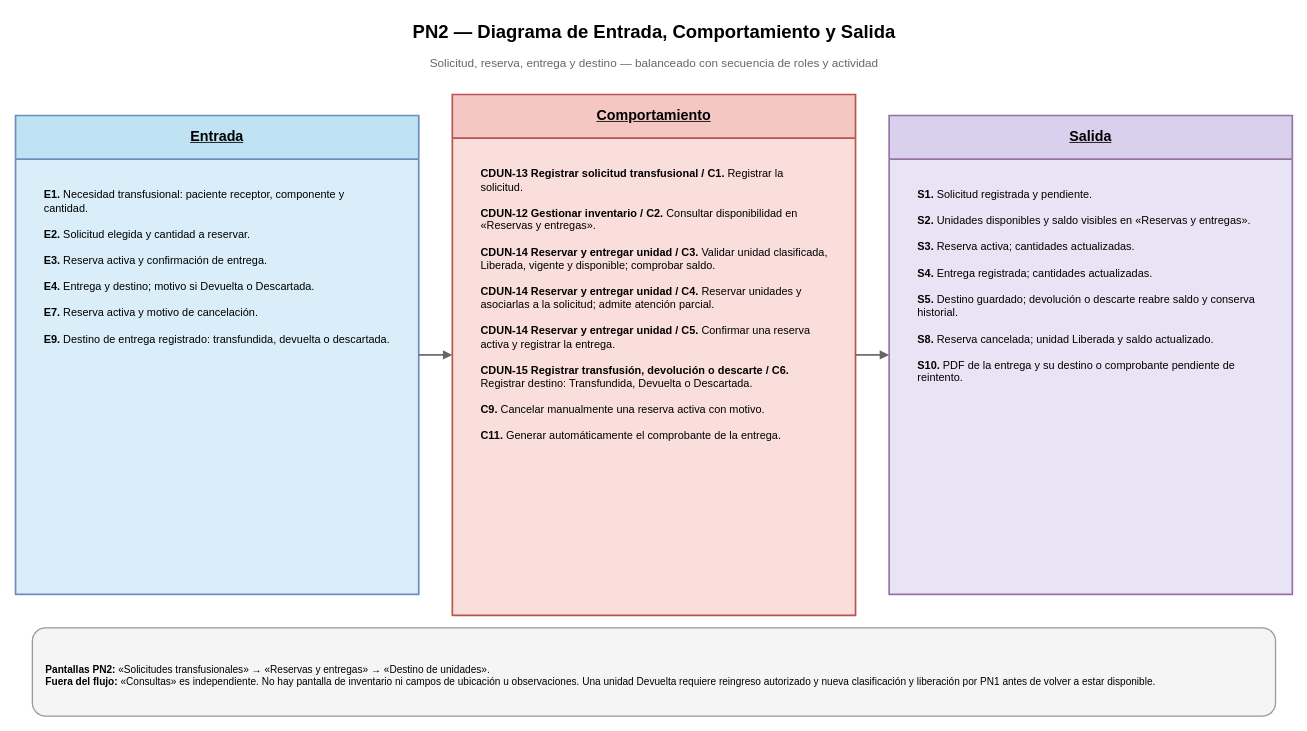
juanNH/Ingenieria-de-Software keeps this draw.io diagram as Diagramas/Secuencia de Roles/PN2_DiagramaEntradaComportamientoSalida.drawio. Above is the earlier version. Source tidied: cells renumbered, new cells numbered last; positions are measured from the earlier drawing's top-left corner, leaving out a move shared by most shapes. Both pictures are drawn from the tidied source at 84%, with x=0, y=0 at pixel (15, 14).
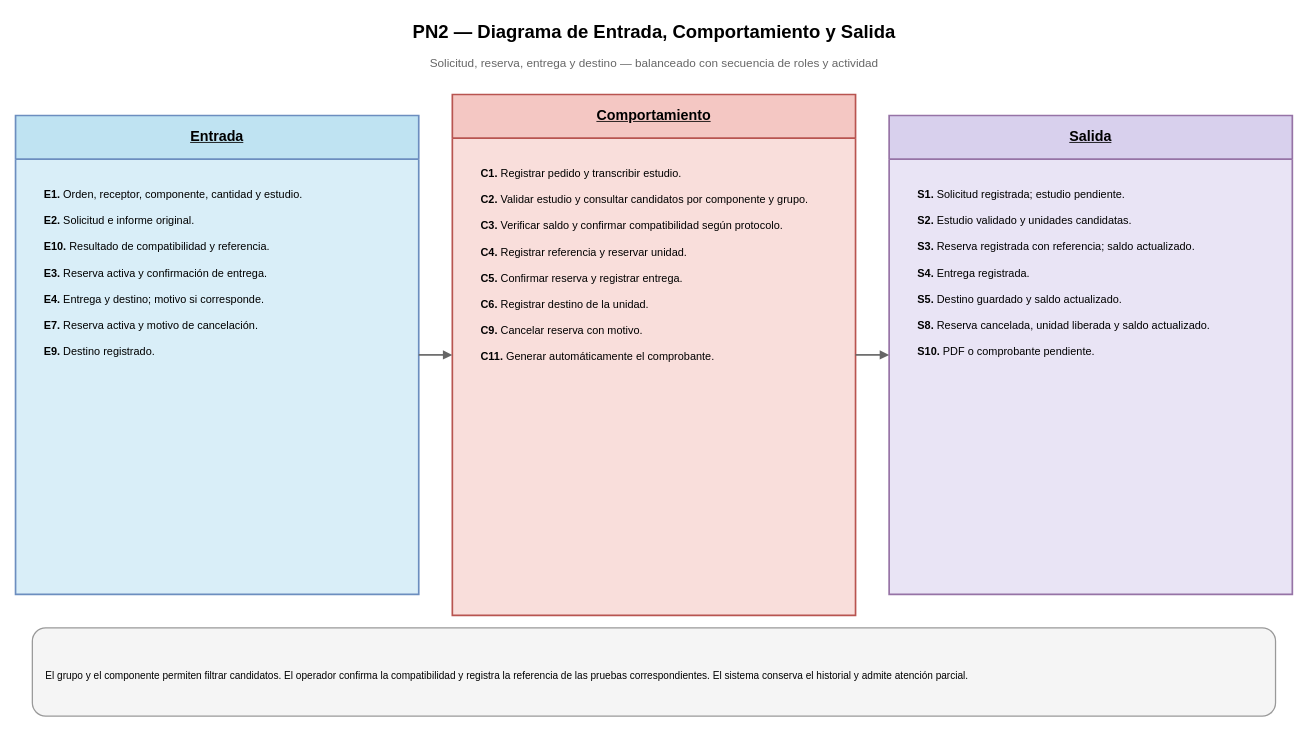
Above is the later version.

What changed in the source:
```diff
@@
 <mxGraphModel>
   <root>
     <mxCell id="0" />
     <mxCell id="1" parent="0" />
     <mxCell id="2" value="PN2 — Diagrama de Entrada, Comportamiento y Salida" style="text;html=1;strokeColor=none;fillColor=none;fontStyle=1;fontSize=22;align=center;verticalAlign=middle;fontFamily=Arial;" parent="1" vertex="1">
       <mxGeometry x="190" width="1140" height="42" as="geometry" />
     </mxCell>
     <mxCell id="3" value="Solicitud, reserva, entrega y destino — balanceado con secuencia de roles y actividad" style="text;html=1;strokeColor=none;fillColor=none;fontSize=14;align=center;verticalAlign=middle;fontColor=#666666;fontFamily=Arial;" parent="1" vertex="1">
       <mxGeometry x="130" y="44" width="1260" height="28" as="geometry" />
     </mxCell>
     <mxCell id="4" value="&lt;b&gt;&lt;u&gt;Entrada&lt;/u&gt;&lt;/b&gt;" style="swimlane;horizontal=1;startSize=52;whiteSpace=wrap;html=1;rounded=0;fillColor=#bfe3f2;swimlaneFillColor=#d9eef8;strokeColor=#6c8ebf;strokeWidth=2;fontSize=17;fontFamily=Arial;align=center;verticalAlign=middle;" parent="1" vertex="1">
       <mxGeometry y="120" width="480" height="570" as="geometry" />
     </mxCell>
     <mxCell id="5" value="&lt;b&gt;&lt;u&gt;Comportamiento&lt;/u&gt;&lt;/b&gt;" style="swimlane;horizontal=1;startSize=52;whiteSpace=wrap;html=1;rounded=0;fillColor=#f4c7c3;swimlaneFillColor=#f9dedb;strokeColor=#b85450;strokeWidth=2;fontSize=17;fontFamily=Arial;align=center;verticalAlign=middle;" parent="1" vertex="1">
       <mxGeometry x="520" y="95" width="480" height="620" as="geometry" />
     </mxCell>
     <mxCell id="6" value="&lt;b&gt;&lt;u&gt;Salida&lt;/u&gt;&lt;/b&gt;" style="swimlane;horizontal=1;startSize=52;whiteSpace=wrap;html=1;rounded=0;fillColor=#d8d0ed;swimlaneFillColor=#e9e4f5;strokeColor=#9673a6;strokeWidth=2;fontSize=17;fontFamily=Arial;align=center;verticalAlign=middle;" parent="1" vertex="1">
       <mxGeometry x="1040" y="120" width="480" height="570" as="geometry" />
     </mxCell>
-    <mxCell id="7" value="&lt;b&gt;E1.&lt;/b&gt; Necesidad transfusional: paciente receptor, componente y cantidad.&lt;br&gt;&lt;br&gt;&lt;b&gt;E2.&lt;/b&gt; Solicitud elegida y cantidad a reservar.&lt;br&gt;&lt;br&gt;&lt;b&gt;E3.&lt;/b&gt; Reserva activa y confirmación de entrega.&lt;br&gt;&lt;br&gt;&lt;b&gt;E4.&lt;/b&gt; Entrega y destino; motivo si Devuelta o Descartada.&lt;br&gt;&lt;br&gt;&lt;b&gt;E7.&lt;/b&gt; Reserva activa y motivo de cancelación.&lt;br&gt;&lt;br&gt;&lt;b&gt;E9.&lt;/b&gt; Destino de entrega registrado: transfundida, devuelta o descartada." style="text;html=1;strokeColor=none;fillColor=none;whiteSpace=wrap;fontSize=13;fontFamily=Arial;align=left;verticalAlign=top;spacingLeft=12;spacingRight=12;spacingTop=10;" parent="1" vertex="1">
+    <mxCell id="7" value="&lt;b&gt;E1.&lt;/b&gt; Orden, receptor, componente, cantidad y estudio.&lt;br&gt;&lt;br&gt;&lt;b&gt;E2.&lt;/b&gt; Solicitud e informe original.&lt;br&gt;&lt;br&gt;&lt;b&gt;E10.&lt;/b&gt; Resultado de compatibilidad y referencia.&lt;br&gt;&lt;br&gt;&lt;b&gt;E3.&lt;/b&gt; Reserva activa y confirmación de entrega.&lt;br&gt;&lt;br&gt;&lt;b&gt;E4.&lt;/b&gt; Entrega y destino; motivo si corresponde.&lt;br&gt;&lt;br&gt;&lt;b&gt;E7.&lt;/b&gt; Reserva activa y motivo de cancelación.&lt;br&gt;&lt;br&gt;&lt;b&gt;E9.&lt;/b&gt; Destino registrado." style="text;html=1;strokeColor=none;fillColor=none;whiteSpace=wrap;fontSize=13;fontFamily=Arial;align=left;verticalAlign=top;spacingLeft=12;spacingRight=12;spacingTop=10;" parent="1" vertex="1">
       <mxGeometry x="20" y="190" width="440" height="510" as="geometry" />
     </mxCell>
-    <mxCell id="8" value="&lt;b&gt;CDUN-13 Registrar solicitud transfusional / C1.&lt;/b&gt; Registrar la solicitud.&lt;br&gt;&lt;br&gt;&lt;b&gt;CDUN-12 Gestionar inventario / C2.&lt;/b&gt; Consultar disponibilidad en «Reservas y entregas».&lt;br&gt;&lt;br&gt;&lt;b&gt;CDUN-14 Reservar y entregar unidad / C3.&lt;/b&gt; Validar unidad clasificada, Liberada, vigente y disponible; comprobar saldo.&lt;br&gt;&lt;br&gt;&lt;b&gt;CDUN-14 Reservar y entregar unidad / C4.&lt;/b&gt; Reservar unidades y asociarlas a la solicitud; admite atención parcial.&lt;br&gt;&lt;br&gt;&lt;b&gt;CDUN-14 Reservar y entregar unidad / C5.&lt;/b&gt; Confirmar una reserva activa y registrar la entrega.&lt;br&gt;&lt;br&gt;&lt;b&gt;CDUN-15 Registrar transfusión, devolución o descarte / C6.&lt;/b&gt; Registrar destino: Transfundida, Devuelta o Descartada.&lt;br&gt;&lt;br&gt;&lt;b&gt;C9.&lt;/b&gt; Cancelar manualmente una reserva activa con motivo.&lt;br&gt;&lt;br&gt;&lt;b&gt;C11.&lt;/b&gt; Generar automáticamente el comprobante de la entrega." style="text;html=1;strokeColor=none;fillColor=none;whiteSpace=wrap;fontSize=13;fontFamily=Arial;align=left;verticalAlign=top;spacingLeft=12;spacingRight=12;spacingTop=10;" parent="1" vertex="1">
+    <mxCell id="8" value="&lt;b&gt;C1.&lt;/b&gt; Registrar pedido y transcribir estudio.&lt;br&gt;&lt;br&gt;&lt;b&gt;C2.&lt;/b&gt; Validar estudio y consultar candidatos por componente y grupo.&lt;br&gt;&lt;br&gt;&lt;b&gt;C3.&lt;/b&gt; Verificar saldo y confirmar compatibilidad según protocolo.&lt;br&gt;&lt;br&gt;&lt;b&gt;C4.&lt;/b&gt; Registrar referencia y reservar unidad.&lt;br&gt;&lt;br&gt;&lt;b&gt;C5.&lt;/b&gt; Confirmar reserva y registrar entrega.&lt;br&gt;&lt;br&gt;&lt;b&gt;C6.&lt;/b&gt; Registrar destino de la unidad.&lt;br&gt;&lt;br&gt;&lt;b&gt;C9.&lt;/b&gt; Cancelar reserva con motivo.&lt;br&gt;&lt;br&gt;&lt;b&gt;C11.&lt;/b&gt; Generar automáticamente el comprobante." style="text;html=1;strokeColor=none;fillColor=none;whiteSpace=wrap;fontSize=13;fontFamily=Arial;align=left;verticalAlign=top;spacingLeft=12;spacingRight=12;spacingTop=10;" parent="1" vertex="1">
       <mxGeometry x="540" y="165" width="440" height="540" as="geometry" />
     </mxCell>
-    <mxCell id="9" value="&lt;b&gt;S1.&lt;/b&gt; Solicitud registrada y pendiente.&lt;br&gt;&lt;br&gt;&lt;b&gt;S2.&lt;/b&gt; Unidades disponibles y saldo visibles en «Reservas y entregas».&lt;br&gt;&lt;br&gt;&lt;b&gt;S3.&lt;/b&gt; Reserva activa; cantidades actualizadas.&lt;br&gt;&lt;br&gt;&lt;b&gt;S4.&lt;/b&gt; Entrega registrada; cantidades actualizadas.&lt;br&gt;&lt;br&gt;&lt;b&gt;S5.&lt;/b&gt; Destino guardado; devolución o descarte reabre saldo y conserva historial.&lt;br&gt;&lt;br&gt;&lt;b&gt;S8.&lt;/b&gt; Reserva cancelada; unidad Liberada y saldo actualizado.&lt;br&gt;&lt;br&gt;&lt;b&gt;S10.&lt;/b&gt; PDF de la entrega y su destino o comprobante pendiente de reintento." style="text;html=1;strokeColor=none;fillColor=none;whiteSpace=wrap;fontSize=13;fontFamily=Arial;align=left;verticalAlign=top;spacingLeft=12;spacingRight=12;spacingTop=10;" parent="1" vertex="1">
+    <mxCell id="9" value="&lt;b&gt;S1.&lt;/b&gt; Solicitud registrada; estudio pendiente.&lt;br&gt;&lt;br&gt;&lt;b&gt;S2.&lt;/b&gt; Estudio validado y unidades candidatas.&lt;br&gt;&lt;br&gt;&lt;b&gt;S3.&lt;/b&gt; Reserva registrada con referencia; saldo actualizado.&lt;br&gt;&lt;br&gt;&lt;b&gt;S4.&lt;/b&gt; Entrega registrada.&lt;br&gt;&lt;br&gt;&lt;b&gt;S5.&lt;/b&gt; Destino guardado y saldo actualizado.&lt;br&gt;&lt;br&gt;&lt;b&gt;S8.&lt;/b&gt; Reserva cancelada, unidad liberada y saldo actualizado.&lt;br&gt;&lt;br&gt;&lt;b&gt;S10.&lt;/b&gt; PDF o comprobante pendiente." style="text;html=1;strokeColor=none;fillColor=none;whiteSpace=wrap;fontSize=13;fontFamily=Arial;align=left;verticalAlign=top;spacingLeft=12;spacingRight=12;spacingTop=10;" parent="1" vertex="1">
       <mxGeometry x="1060" y="190" width="440" height="510" as="geometry" />
     </mxCell>
     <mxCell id="10" style="edgeStyle=orthogonalEdgeStyle;rounded=0;html=1;endArrow=block;endFill=1;strokeColor=#666666;strokeWidth=2;" parent="1" edge="1">
       <mxGeometry relative="1" as="geometry">
         <mxPoint x="480" y="405" as="sourcePoint" />
         <mxPoint x="520" y="405" as="targetPoint" />
       </mxGeometry>
     </mxCell>
     <mxCell id="11" style="edgeStyle=orthogonalEdgeStyle;rounded=0;html=1;endArrow=block;endFill=1;strokeColor=#666666;strokeWidth=2;" parent="1" edge="1">
       <mxGeometry relative="1" as="geometry">
         <mxPoint x="1000" y="405" as="sourcePoint" />
         <mxPoint x="1040" y="405" as="targetPoint" />
       </mxGeometry>
     </mxCell>
-    <mxCell id="12" value="&lt;b&gt;Pantallas PN2:&lt;/b&gt; «Solicitudes transfusionales» → «Reservas y entregas» → «Destino de unidades».&lt;br&gt;&lt;b&gt;Fuera del flujo:&lt;/b&gt; «Consultas» es independiente. No hay pantalla de inventario ni campos de ubicación u observaciones. Una unidad Devuelta requiere reingreso autorizado y nueva clasificación y liberación por PN1 antes de volver a estar disponible." style="rounded=1;whiteSpace=wrap;html=1;fillColor=#f5f5f5;strokeColor=#999999;strokeWidth=1.5;fontSize=12;fontFamily=Arial;align=left;verticalAlign=middle;spacingLeft=14;spacingRight=14;spacingTop=8;" parent="1" vertex="1">
+    <mxCell id="12" value="El grupo y el componente permiten filtrar candidatos. El operador confirma la compatibilidad y registra la referencia de las pruebas correspondientes. El sistema conserva el historial y admite atención parcial." style="rounded=1;whiteSpace=wrap;html=1;fillColor=#f5f5f5;strokeColor=#999999;strokeWidth=1.5;fontSize=12;fontFamily=Arial;align=left;verticalAlign=middle;spacingLeft=14;spacingRight=14;spacingTop=8;" parent="1" vertex="1">
       <mxGeometry x="20" y="730" width="1480" height="105" as="geometry" />
     </mxCell>
   </root>
 </mxGraphModel>
```
